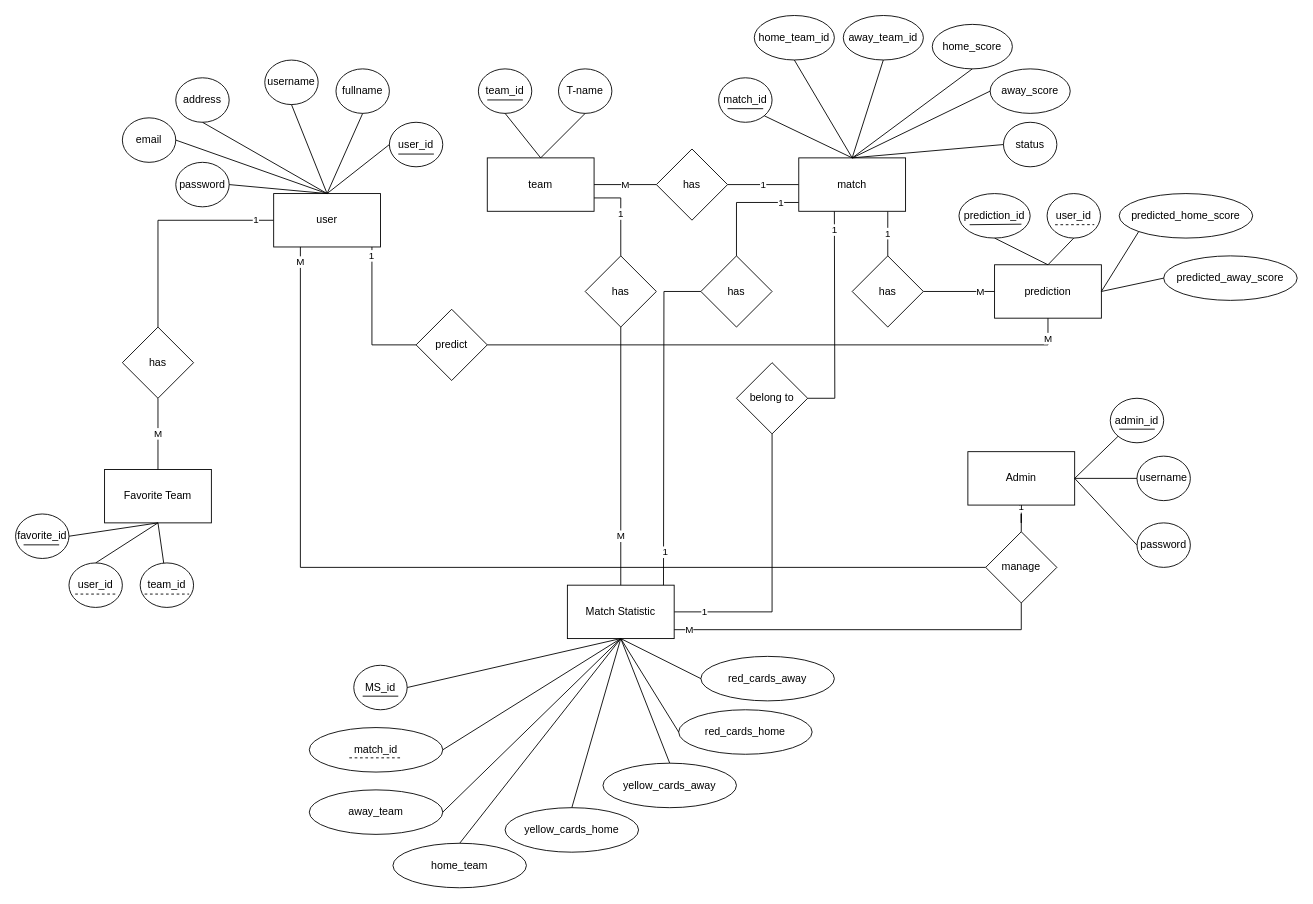
Before: ER.drawio in riken4/football_score_prediction, a draw.io diagram. Source tidied: cells renumbered, new cells numbered last; positions are measured from the earlier drawing's top-left corner, leaving out a move shared by most shapes. Both pictures are drawn from the tidied source at 89%, with x=0, y=0 at pixel (15, 15).
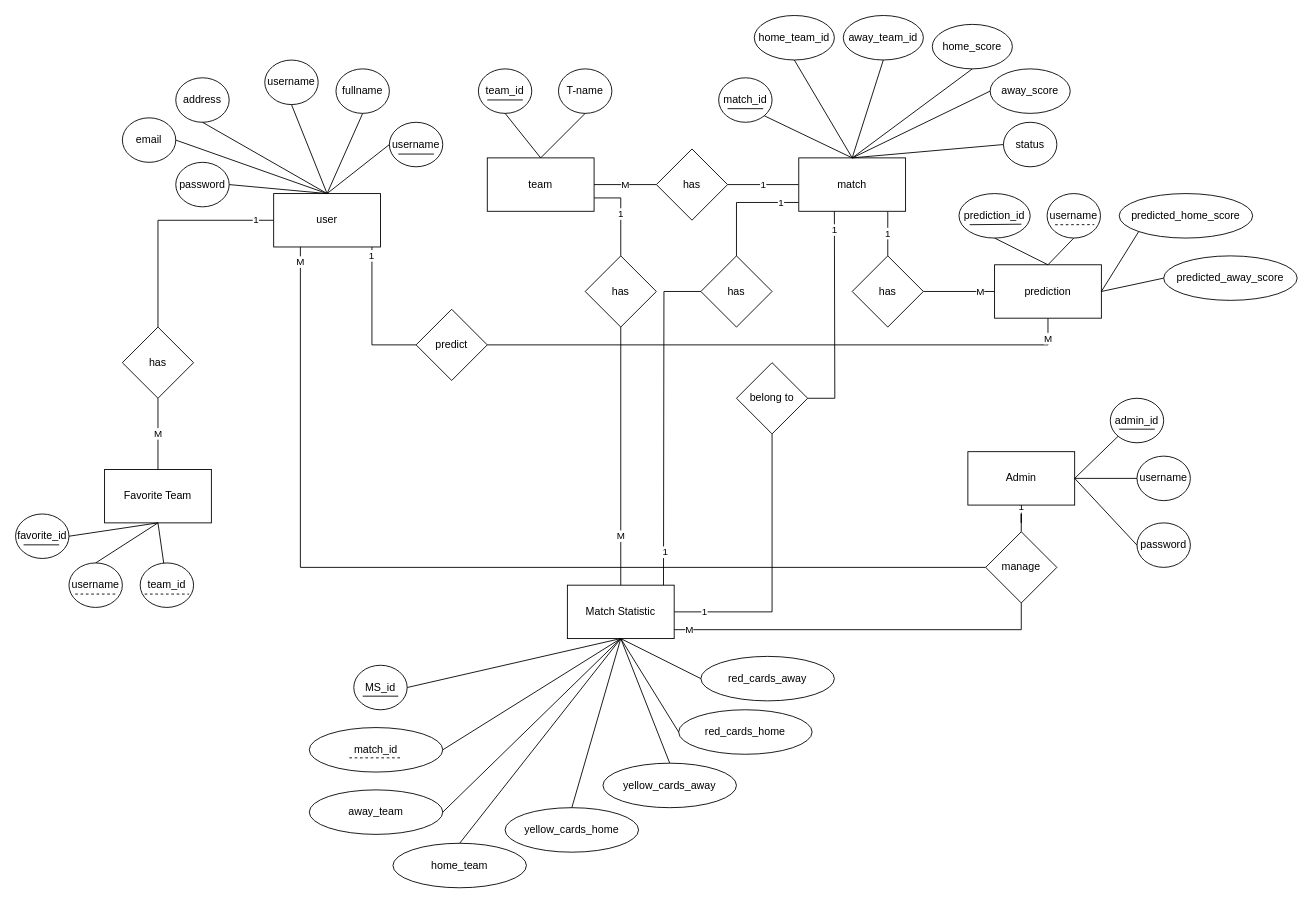
The same page after the edit.

What changed in the source:
```diff
@@
-    <mxCell id="5" value="user_id" style="ellipse;whiteSpace=wrap;html=1;" parent="1" vertex="1">
+    <mxCell id="5" value="username" style="ellipse;whiteSpace=wrap;html=1;" parent="1" vertex="1">
       <mxGeometry x="420" y="119.9" width="60" height="50" as="geometry" />
     </mxCell>
@@
-    <mxCell id="49" value="user_id" style="ellipse;whiteSpace=wrap;html=1;" parent="1" vertex="1">
+    <mxCell id="49" value="username" style="ellipse;whiteSpace=wrap;html=1;" parent="1" vertex="1">
       <mxGeometry x="1159" y="200" width="60" height="50" as="geometry" />
     </mxCell>
@@
-    <mxCell id="62" value="user_id" style="ellipse;whiteSpace=wrap;html=1;" parent="1" vertex="1">
+    <mxCell id="62" value="username" style="ellipse;whiteSpace=wrap;html=1;" parent="1" vertex="1">
       <mxGeometry x="60" y="615" width="60" height="50" as="geometry" />
     </mxCell>
```
